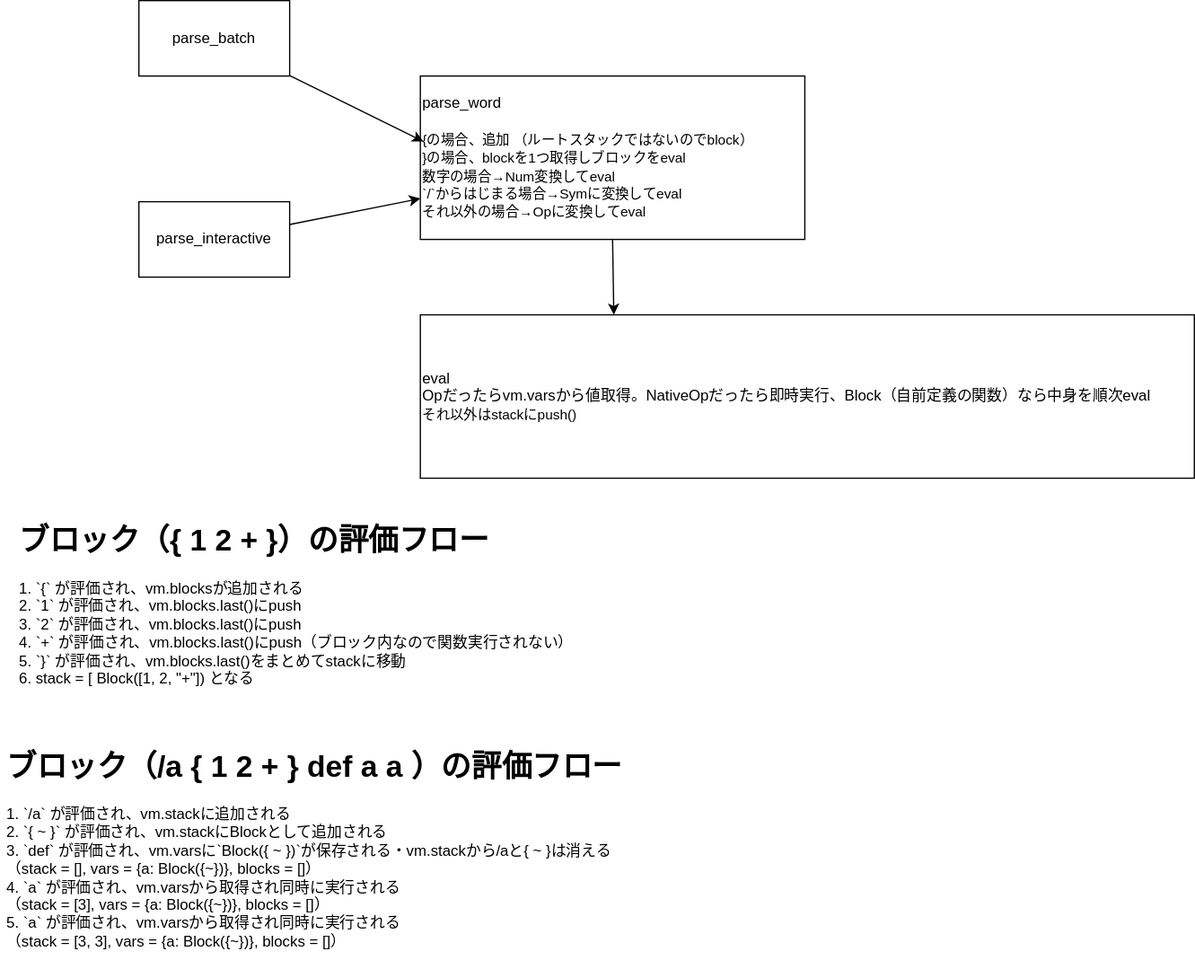
Before: architecture.drawio.svg, a diagram exported from draw.io (diggymo/rustack). Source tidied: cells renumbered, new cells last; positions are measured from the earlier drawing's top-left corner, leaving out a move shared by most shapes. Source of this version:
```xml
<mxGraphModel background="#FFFFFF">
  <root>
    <mxCell id="0" />
    <mxCell id="1" parent="0" />
    <mxCell id="2" style="edgeStyle=none;html=1;exitX=0.5;exitY=1;exitDx=0;exitDy=0;entryX=0.25;entryY=0;entryDx=0;entryDy=0;" parent="1" edge="1" source="3" target="8">
      <mxGeometry relative="1" as="geometry" />
    </mxCell>
    <mxCell id="3" value="parse_word&lt;br&gt;&lt;br&gt;&lt;span style=&quot;font-size: 11px; background-color: rgb(255, 255, 255);&quot;&gt;{の場合、追加&lt;/span&gt;&lt;span style=&quot;font-size: 11px; background-color: rgb(255, 255, 255);&quot;&gt;（ルートスタックではないのでblock）&lt;/span&gt;&lt;br style=&quot;border-color: var(--border-color); font-size: 11px;&quot;&gt;&lt;span style=&quot;font-size: 11px; background-color: rgb(255, 255, 255);&quot;&gt;}の場合、blockを1つ取得しブロックをeval&lt;br&gt;&lt;/span&gt;&lt;span style=&quot;font-size: 11px; background-color: rgb(255, 255, 255);&quot;&gt;数字の場合→Num変換してeval&lt;br&gt;&lt;/span&gt;&lt;span style=&quot;font-size: 11px; background-color: rgb(255, 255, 255);&quot;&gt;`/`からはじまる場合→Symに変換してeval&lt;/span&gt;&lt;span style=&quot;font-size: 11px; background-color: rgb(255, 255, 255);&quot;&gt;&lt;br&gt;それ以外の場合→Opに変換してeval&lt;br&gt;&lt;/span&gt;" style="rounded=0;whiteSpace=wrap;html=1;align=left;" parent="1" vertex="1">
      <mxGeometry x="334" y="60" width="306" height="130" as="geometry" />
    </mxCell>
    <mxCell id="4" style="edgeStyle=none;html=1;entryX=0.008;entryY=0.4;entryDx=0;entryDy=0;entryPerimeter=0;" parent="1" edge="1" source="5" target="3">
      <mxGeometry relative="1" as="geometry" />
    </mxCell>
    <mxCell id="5" value="parse_batch" style="rounded=0;whiteSpace=wrap;html=1;" parent="1" vertex="1">
      <mxGeometry x="110" width="120" height="60" as="geometry" />
    </mxCell>
    <mxCell id="6" style="edgeStyle=none;html=1;entryX=0;entryY=0.75;entryDx=0;entryDy=0;" parent="1" edge="1" source="7" target="3">
      <mxGeometry relative="1" as="geometry" />
    </mxCell>
    <mxCell id="7" value="parse_interactive" style="rounded=0;whiteSpace=wrap;html=1;" parent="1" vertex="1">
      <mxGeometry x="110" y="160" width="120" height="60" as="geometry" />
    </mxCell>
    <mxCell id="8" value="eval&lt;br&gt;Opだったらvm.varsから値取得。NativeOpだったら即時実行、Block（自前定義の関数）なら中身を順次eval&lt;br&gt;&lt;span style=&quot;font-size: 11px; background-color: rgb(255, 255, 255);&quot;&gt;それ以外はstackにpush()&lt;br&gt;&lt;/span&gt;" style="rounded=0;whiteSpace=wrap;html=1;align=left;" parent="1" vertex="1">
      <mxGeometry x="334" y="250" width="616" height="130" as="geometry" />
    </mxCell>
    <mxCell id="9" value="&lt;h1&gt;ブロック（{ 1 2 + }）の評価フロー&lt;/h1&gt;&lt;p&gt;1. `{` が評価され、vm.blocksが追加される&lt;br&gt;2. `1` が評価され、vm.blocks.last()にpush&lt;br&gt;3. `2` が評価され、vm.blocks.last()にpush&lt;br&gt;4. `+` が評価され、vm.blocks.last()にpush（ブロック内なので関数実行されない）&lt;br&gt;5. `}` が評価され、vm.blocks.last()をまとめてstackに移動&lt;br&gt;6. stack = [ Block([1, 2, &quot;+&quot;]) となる&lt;/p&gt;" style="text;html=1;strokeColor=none;fillColor=none;spacing=5;spacingTop=-20;whiteSpace=wrap;overflow=hidden;rounded=0;" parent="1" vertex="1">
      <mxGeometry x="10" y="410" width="510" height="140" as="geometry" />
    </mxCell>
    <mxCell id="10" value="&lt;h1&gt;ブロック（/a { 1 2 + } def a a ）の評価フロー&lt;/h1&gt;&lt;p&gt;1. `/a` が評価され、vm.stackに追加される&lt;br&gt;2. `{ ~ }` が評価され、vm.stackにBlockとして追加される&lt;br&gt;3. `def` が評価され、vm.varsに`Block({ ~ })`が保存される・vm.stackから/aと{ ~ }は消える&lt;br&gt;（stack = [], vars = {a: Block({~})}, blocks = []）&lt;br&gt;4. `a` が評価され、vm.varsから取得され同時に実行される&lt;br&gt;（stack = [3], vars = {a: Block({~})}, blocks = []）&lt;br&gt;5. `a` が評価され、vm.varsから取得され同時に実行される&lt;br&gt;（stack = [3, 3], vars = {a: Block({~})}, blocks = []）&lt;br&gt;&lt;/p&gt;" style="text;html=1;strokeColor=none;fillColor=none;spacing=5;spacingTop=-20;whiteSpace=wrap;overflow=hidden;rounded=0;" parent="1" vertex="1">
      <mxGeometry y="590" width="510" height="180" as="geometry" />
    </mxCell>
  </root>
</mxGraphModel>
```
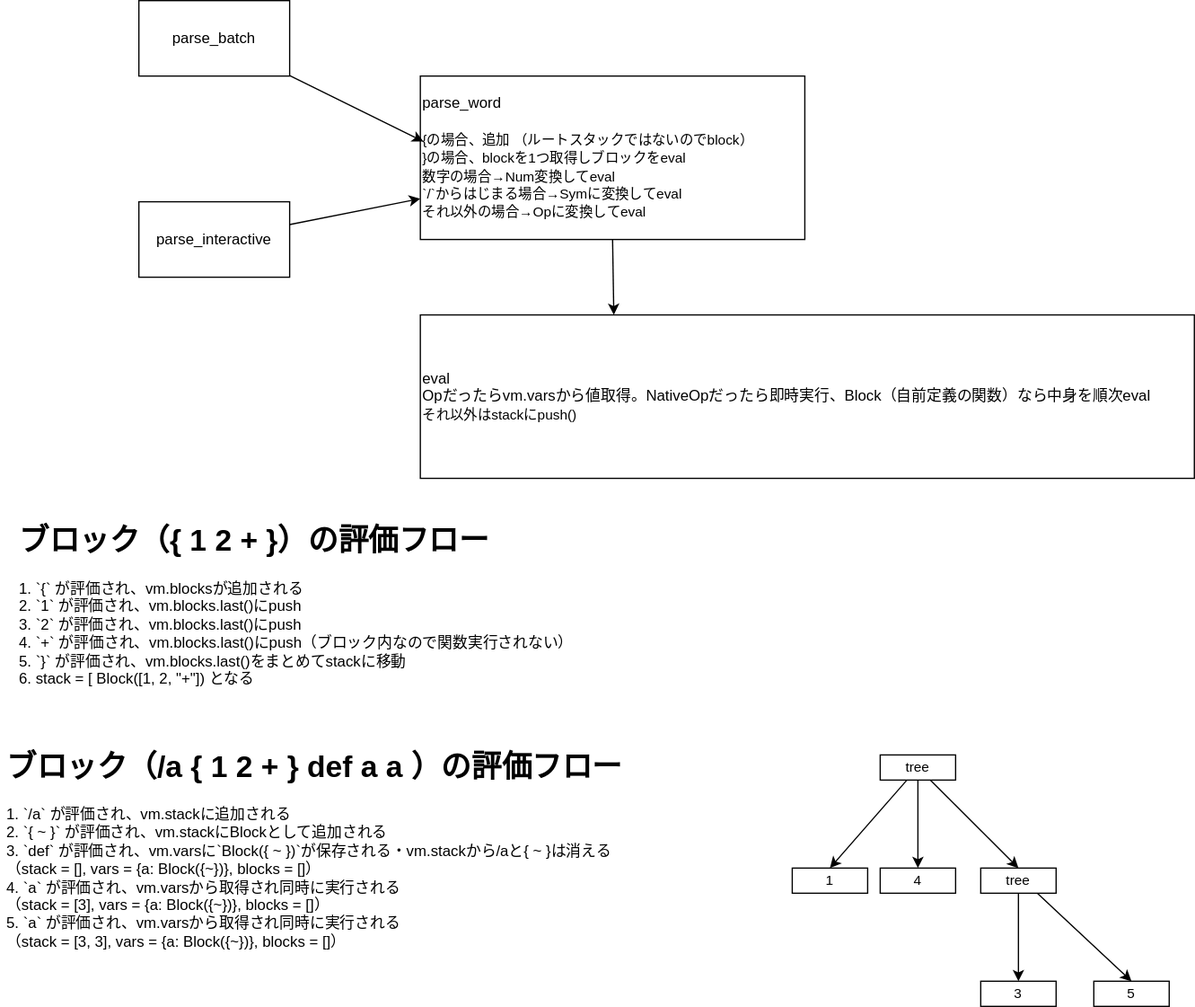
The same diagram one commit later.

Diff of the diagram source:
```diff
@@ -29,5 +29,38 @@
     <mxCell id="10" value="&lt;h1&gt;ブロック（/a { 1 2 + } def a a ）の評価フロー&lt;/h1&gt;&lt;p&gt;1. `/a` が評価され、vm.stackに追加される&lt;br&gt;2. `{ ~ }` が評価され、vm.stackにBlockとして追加される&lt;br&gt;3. `def` が評価され、vm.varsに`Block({ ~ })`が保存される・vm.stackから/aと{ ~ }は消える&lt;br&gt;（stack = [], vars = {a: Block({~})}, blocks = []）&lt;br&gt;4. `a` が評価され、vm.varsから取得され同時に実行される&lt;br&gt;（stack = [3], vars = {a: Block({~})}, blocks = []）&lt;br&gt;5. `a` が評価され、vm.varsから取得され同時に実行される&lt;br&gt;（stack = [3, 3], vars = {a: Block({~})}, blocks = []）&lt;br&gt;&lt;/p&gt;" style="text;html=1;strokeColor=none;fillColor=none;spacing=5;spacingTop=-20;whiteSpace=wrap;overflow=hidden;rounded=0;" parent="1" vertex="1">
       <mxGeometry y="590" width="510" height="180" as="geometry" />
     </mxCell>
+    <mxCell id="11" style="edgeStyle=none;html=1;entryX=0.5;entryY=0;entryDx=0;entryDy=0;" parent="1" edge="1" source="14" target="15">
+      <mxGeometry relative="1" as="geometry" />
+    </mxCell>
+    <mxCell id="12" style="edgeStyle=none;html=1;exitX=0.5;exitY=1;exitDx=0;exitDy=0;entryX=0.5;entryY=0;entryDx=0;entryDy=0;" parent="1" edge="1" source="14" target="16">
+      <mxGeometry relative="1" as="geometry" />
+    </mxCell>
+    <mxCell id="13" style="edgeStyle=none;html=1;entryX=0.5;entryY=0;entryDx=0;entryDy=0;" parent="1" edge="1" source="14" target="19">
+      <mxGeometry relative="1" as="geometry" />
+    </mxCell>
+    <mxCell id="14" value="&lt;div style=&quot;&quot;&gt;&lt;span style=&quot;background-color: rgb(255, 255, 255); font-size: 11px;&quot;&gt;tree&lt;/span&gt;&lt;/div&gt;" style="rounded=0;whiteSpace=wrap;html=1;align=center;" parent="1" vertex="1">
+      <mxGeometry x="700" y="600" width="60" height="20" as="geometry" />
+    </mxCell>
+    <mxCell id="15" value="&lt;div style=&quot;&quot;&gt;&lt;span style=&quot;background-color: rgb(255, 255, 255); font-size: 11px;&quot;&gt;1&lt;/span&gt;&lt;/div&gt;" style="rounded=0;whiteSpace=wrap;html=1;align=center;" parent="1" vertex="1">
+      <mxGeometry x="630" y="690" width="60" height="20" as="geometry" />
+    </mxCell>
+    <mxCell id="16" value="&lt;div style=&quot;&quot;&gt;&lt;span style=&quot;background-color: rgb(255, 255, 255); font-size: 11px;&quot;&gt;4&lt;/span&gt;&lt;/div&gt;" style="rounded=0;whiteSpace=wrap;html=1;align=center;" parent="1" vertex="1">
+      <mxGeometry x="700" y="690" width="60" height="20" as="geometry" />
+    </mxCell>
+    <mxCell id="17" style="edgeStyle=none;html=1;entryX=0.5;entryY=0;entryDx=0;entryDy=0;" parent="1" edge="1" source="19" target="20">
+      <mxGeometry relative="1" as="geometry" />
+    </mxCell>
+    <mxCell id="18" style="edgeStyle=none;html=1;exitX=0.75;exitY=1;exitDx=0;exitDy=0;entryX=0.5;entryY=0;entryDx=0;entryDy=0;" parent="1" edge="1" source="19" target="21">
+      <mxGeometry relative="1" as="geometry" />
+    </mxCell>
+    <mxCell id="19" value="&lt;div style=&quot;&quot;&gt;&lt;span style=&quot;background-color: rgb(255, 255, 255); font-size: 11px;&quot;&gt;tree&lt;/span&gt;&lt;/div&gt;" style="rounded=0;whiteSpace=wrap;html=1;align=center;" parent="1" vertex="1">
+      <mxGeometry x="780" y="690" width="60" height="20" as="geometry" />
+    </mxCell>
+    <mxCell id="20" value="&lt;div style=&quot;&quot;&gt;&lt;span style=&quot;background-color: rgb(255, 255, 255); font-size: 11px;&quot;&gt;3&lt;/span&gt;&lt;/div&gt;" style="rounded=0;whiteSpace=wrap;html=1;align=center;" parent="1" vertex="1">
+      <mxGeometry x="780" y="780" width="60" height="20" as="geometry" />
+    </mxCell>
+    <mxCell id="21" value="&lt;div style=&quot;&quot;&gt;&lt;span style=&quot;background-color: rgb(255, 255, 255); font-size: 11px;&quot;&gt;5&lt;/span&gt;&lt;/div&gt;" style="rounded=0;whiteSpace=wrap;html=1;align=center;" parent="1" vertex="1">
+      <mxGeometry x="870" y="780" width="60" height="20" as="geometry" />
+    </mxCell>
   </root>
 </mxGraphModel>
```
